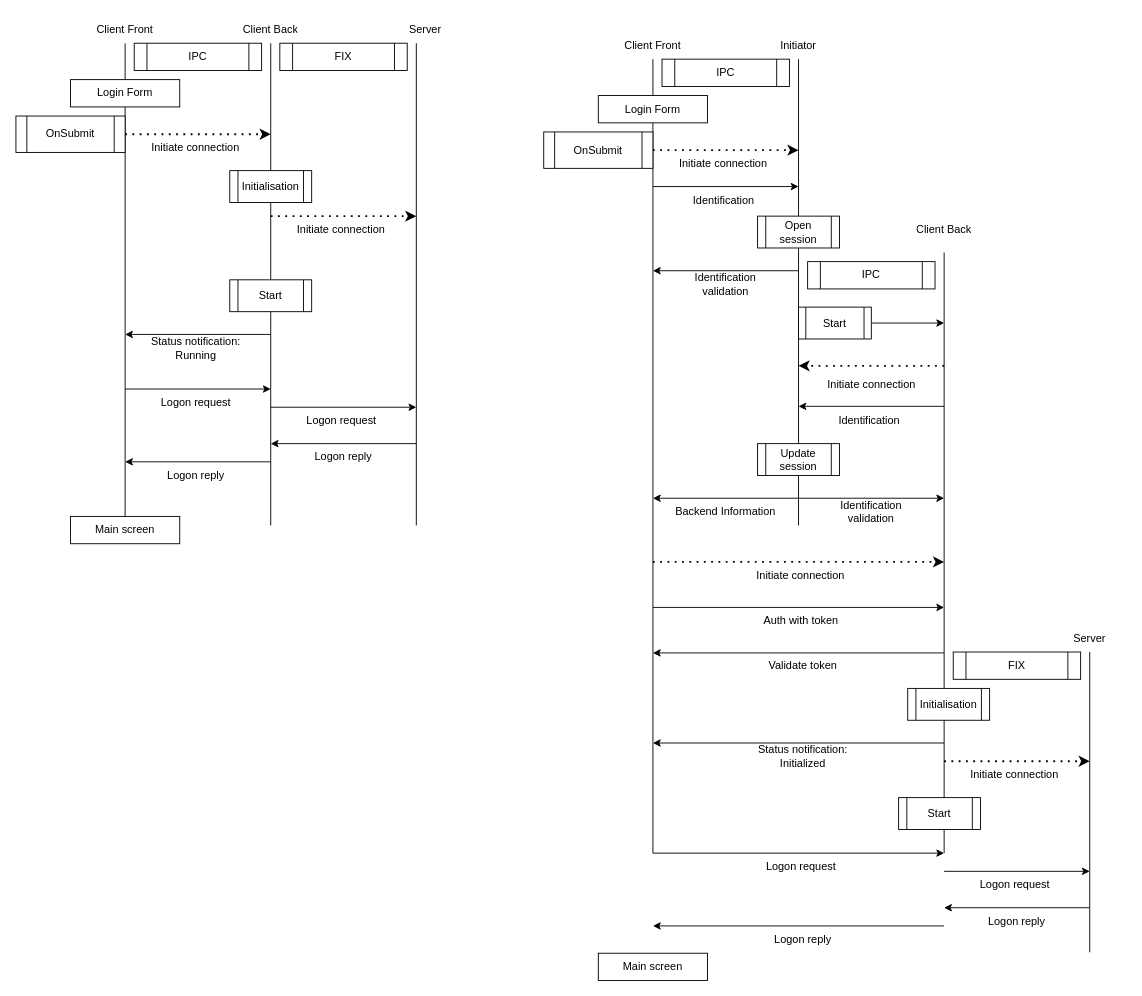
This is page "IPC protocol" (3 of 3) of schema.drawio from DipStax/FIX4.2-protocol, a draw.io file, before an edit. Source tidied: cells renumbered, new cells numbered last; positions are measured from the earlier drawing's top-left corner, leaving out a move shared by most shapes. Both pictures are drawn from the tidied source at 91%, with x=0, y=0 at pixel (15, 15).
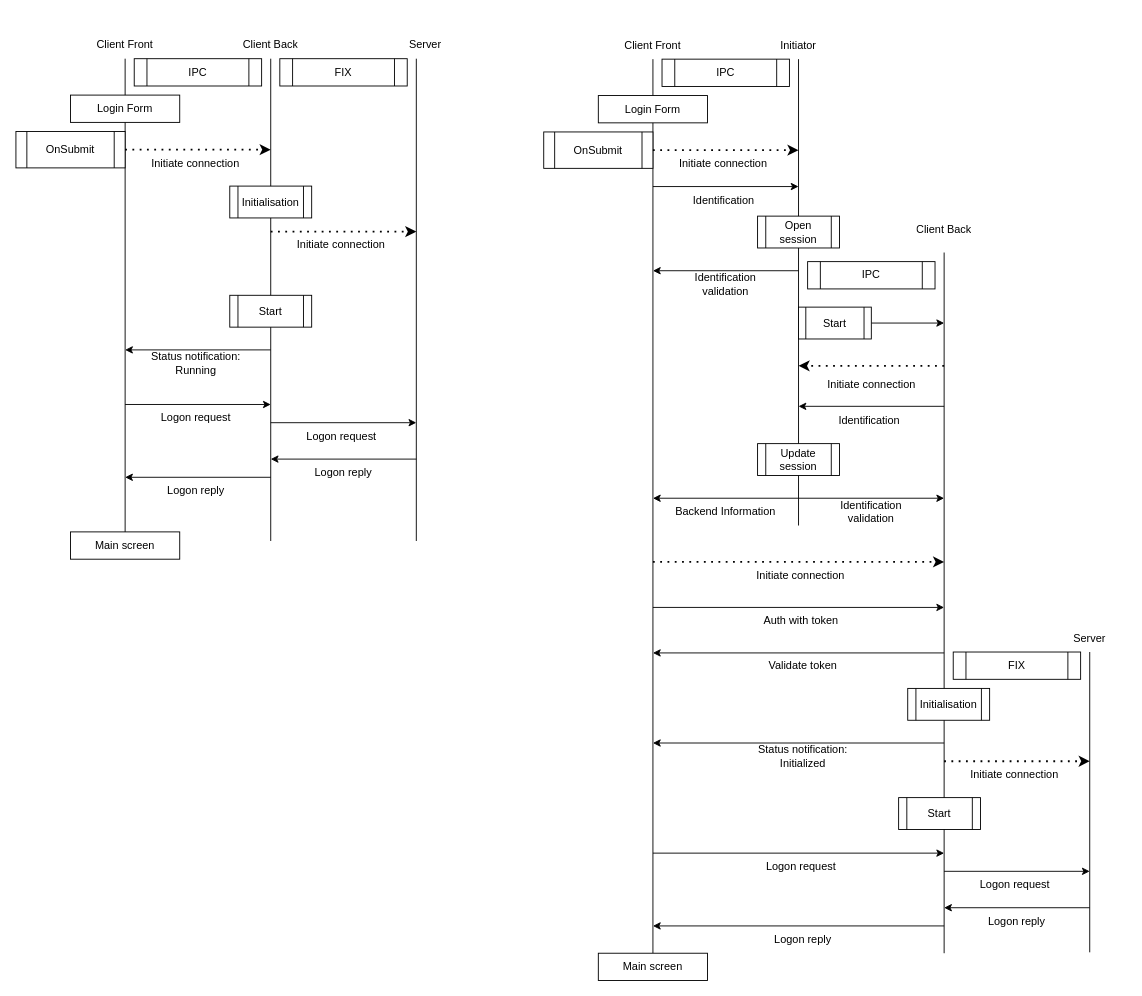
After the change.

Unchanged cells that the change refers to:
```xml
<mxCell id="43" value="Client Back" style="text;strokeColor=none;fillColor=none;align=center;verticalAlign=middle;spacingLeft=4;spacingRight=4;overflow=hidden;points=[[0,0.5],[1,0.5]];portConstraint=eastwest;whiteSpace=wrap;html=1;" parent="1" vertex="1">
  <mxGeometry x="980" y="220" width="80" height="30" as="geometry" />
</mxCell>
<mxCell id="74" value="Main screen" style="rounded=0;whiteSpace=wrap;html=1;" parent="1" vertex="1">
  <mxGeometry x="640" y="1030" width="120" height="30" as="geometry" />
</mxCell>
```

What changed in the source:
```diff
@@
     <mxCell id="2" style="endArrow=none;html=1;" parent="1" edge="1">
       <mxGeometry relative="1" as="geometry">
-        <mxPoint x="120" y="560" as="sourcePoint" />
-        <mxPoint x="120" y="30" as="targetPoint" />
+        <mxPoint x="120" y="577" as="sourcePoint" />
+        <mxPoint x="120" y="47" as="targetPoint" />
       </mxGeometry>
     </mxCell>
     <mxCell id="3" style="endArrow=none;html=1;" parent="1" edge="1">
       <mxGeometry relative="1" as="geometry">
-        <mxPoint x="280" y="560" as="sourcePoint" />
-        <mxPoint x="280" y="30" as="targetPoint" />
+        <mxPoint x="280" y="577" as="sourcePoint" />
+        <mxPoint x="280" y="47" as="targetPoint" />
       </mxGeometry>
     </mxCell>
     <mxCell id="4" style="endArrow=none;html=1;" parent="1" edge="1">
       <mxGeometry relative="1" as="geometry">
-        <mxPoint x="440" y="560" as="sourcePoint" />
-        <mxPoint x="440" y="30" as="targetPoint" />
+        <mxPoint x="440" y="577" as="sourcePoint" />
+        <mxPoint x="440" y="47" as="targetPoint" />
       </mxGeometry>
     </mxCell>
     <mxCell id="5" value="Client Front" style="text;strokeColor=none;fillColor=none;align=center;verticalAlign=middle;spacingLeft=4;spacingRight=4;overflow=hidden;whiteSpace=wrap;html=1;" parent="1" vertex="1">
-      <mxGeometry x="80" width="80" height="30" as="geometry" />
+      <mxGeometry x="80" y="17" width="80" height="30" as="geometry" />
     </mxCell>
     <mxCell id="6" value="Client Back" style="text;strokeColor=none;fillColor=none;align=center;verticalAlign=middle;spacingLeft=4;spacingRight=4;overflow=hidden;whiteSpace=wrap;html=1;" parent="1" vertex="1">
-      <mxGeometry x="240" width="80" height="30" as="geometry" />
+      <mxGeometry x="240" y="17" width="80" height="30" as="geometry" />
     </mxCell>
     <mxCell id="7" value="Server" style="text;strokeColor=none;fillColor=none;align=center;verticalAlign=middle;spacingLeft=4;spacingRight=4;overflow=hidden;whiteSpace=wrap;html=1;" parent="1" vertex="1">
-      <mxGeometry x="410" width="80" height="30" as="geometry" />
+      <mxGeometry x="410" y="17" width="80" height="30" as="geometry" />
     </mxCell>
     <mxCell id="8" value="FIX" style="shape=process;whiteSpace=wrap;html=1;backgroundOutline=1;" parent="1" vertex="1">
-      <mxGeometry x="290" y="30" width="140" height="30" as="geometry" />
+      <mxGeometry x="290" y="47" width="140" height="30" as="geometry" />
     </mxCell>
     <mxCell id="9" value="IPC" style="shape=process;whiteSpace=wrap;html=1;backgroundOutline=1;" parent="1" vertex="1">
-      <mxGeometry x="130" y="30" width="140" height="30" as="geometry" />
+      <mxGeometry x="130" y="47" width="140" height="30" as="geometry" />
     </mxCell>
     <mxCell id="10" value="Login Form" style="rounded=0;whiteSpace=wrap;html=1;" parent="1" vertex="1">
-      <mxGeometry x="60" y="70" width="120" height="30" as="geometry" />
+      <mxGeometry x="60" y="87" width="120" height="30" as="geometry" />
     </mxCell>
     <mxCell id="11" value="OnSubmit" style="shape=process;whiteSpace=wrap;html=1;backgroundOutline=1;" parent="1" vertex="1">
-      <mxGeometry y="110" width="120" height="40" as="geometry" />
+      <mxGeometry y="127" width="120" height="40" as="geometry" />
     </mxCell>
     <mxCell id="12" style="endArrow=classic;dashed=1;html=1;dashPattern=1 3;strokeWidth=2;exitX=1;exitY=0.5;exitDx=0;exitDy=0;endFill=1;" parent="1" edge="1" source="11">
       <mxGeometry relative="1" as="geometry">
-        <mxPoint x="280" y="130" as="targetPoint" />
+        <mxPoint x="280" y="147" as="targetPoint" />
       </mxGeometry>
     </mxCell>
     <mxCell id="13" value="Initiate connection" style="text;html=1;align=center;verticalAlign=middle;whiteSpace=wrap;rounded=0;" parent="1" vertex="1">
-      <mxGeometry x="145" y="130" width="105" height="30" as="geometry" />
+      <mxGeometry x="145" y="147" width="105" height="30" as="geometry" />
     </mxCell>
     <mxCell id="14" style="endArrow=classic;dashed=1;html=1;dashPattern=1 3;strokeWidth=2;exitX=1;exitY=0.5;exitDx=0;exitDy=0;endFill=1;" parent="1" edge="1">
       <mxGeometry relative="1" as="geometry">
-        <mxPoint x="280" y="220" as="sourcePoint" />
-        <mxPoint x="440" y="220" as="targetPoint" />
+        <mxPoint x="280" y="237" as="sourcePoint" />
+        <mxPoint x="440" y="237" as="targetPoint" />
       </mxGeometry>
     </mxCell>
     <mxCell id="15" value="Initiate connection" style="text;html=1;align=center;verticalAlign=middle;whiteSpace=wrap;rounded=0;" parent="1" vertex="1">
-      <mxGeometry x="305" y="220" width="105" height="30" as="geometry" />
+      <mxGeometry x="305" y="237" width="105" height="30" as="geometry" />
     </mxCell>
     <mxCell id="16" value="Start" style="shape=process;whiteSpace=wrap;html=1;backgroundOutline=1;" parent="1" vertex="1">
-      <mxGeometry x="235" y="290" width="90" height="35" as="geometry" />
+      <mxGeometry x="235" y="307" width="90" height="35" as="geometry" />
     </mxCell>
     <mxCell id="17" style="endArrow=classic;html=1;" parent="1" edge="1">
       <mxGeometry relative="1" as="geometry">
-        <mxPoint x="280" y="350" as="sourcePoint" />
-        <mxPoint x="120" y="350" as="targetPoint" />
+        <mxPoint x="280" y="367" as="sourcePoint" />
+        <mxPoint x="120" y="367" as="targetPoint" />
       </mxGeometry>
     </mxCell>
     <mxCell id="18" value="Status notification:&lt;div&gt;Running&lt;/div&gt;" style="text;html=1;align=center;verticalAlign=middle;whiteSpace=wrap;rounded=0;" parent="1" vertex="1">
-      <mxGeometry x="137.5" y="350" width="120" height="30" as="geometry" />
+      <mxGeometry x="137.5" y="367" width="120" height="30" as="geometry" />
     </mxCell>
     <mxCell id="19" style="endArrow=classic;html=1;" parent="1" edge="1">
       <mxGeometry relative="1" as="geometry">
-        <mxPoint x="120" y="410" as="sourcePoint" />
-        <mxPoint x="280" y="410" as="targetPoint" />
+        <mxPoint x="120" y="427" as="sourcePoint" />
+        <mxPoint x="280" y="427" as="targetPoint" />
       </mxGeometry>
     </mxCell>
     <mxCell id="20" value="Logon request" style="text;html=1;align=center;verticalAlign=middle;whiteSpace=wrap;rounded=0;" parent="1" vertex="1">
-      <mxGeometry x="137.5" y="410" width="120" height="30" as="geometry" />
+      <mxGeometry x="137.5" y="427" width="120" height="30" as="geometry" />
     </mxCell>
     <mxCell id="21" style="endArrow=classic;html=1;" parent="1" edge="1">
       <mxGeometry relative="1" as="geometry">
-        <mxPoint x="280" y="430" as="sourcePoint" />
-        <mxPoint x="440" y="430" as="targetPoint" />
+        <mxPoint x="280" y="447" as="sourcePoint" />
+        <mxPoint x="440" y="447" as="targetPoint" />
       </mxGeometry>
     </mxCell>
     <mxCell id="22" value="Logon request" style="text;html=1;align=center;verticalAlign=middle;whiteSpace=wrap;rounded=0;" parent="1" vertex="1">
-      <mxGeometry x="297.5" y="430" width="120" height="30" as="geometry" />
+      <mxGeometry x="297.5" y="447" width="120" height="30" as="geometry" />
     </mxCell>
     <mxCell id="23" style="endArrow=classic;html=1;" parent="1" edge="1">
       <mxGeometry relative="1" as="geometry">
-        <mxPoint x="440" y="470" as="sourcePoint" />
-        <mxPoint x="280" y="470" as="targetPoint" />
+        <mxPoint x="440" y="487" as="sourcePoint" />
+        <mxPoint x="280" y="487" as="targetPoint" />
       </mxGeometry>
     </mxCell>
     <mxCell id="24" value="Logon reply" style="text;html=1;align=center;verticalAlign=middle;whiteSpace=wrap;rounded=0;" parent="1" vertex="1">
-      <mxGeometry x="300" y="470" width="120" height="30" as="geometry" />
+      <mxGeometry x="300" y="487" width="120" height="30" as="geometry" />
     </mxCell>
     <mxCell id="25" style="endArrow=classic;html=1;" parent="1" edge="1">
       <mxGeometry relative="1" as="geometry">
-        <mxPoint x="280" y="490" as="sourcePoint" />
-        <mxPoint x="120" y="490" as="targetPoint" />
+        <mxPoint x="280" y="507" as="sourcePoint" />
+        <mxPoint x="120" y="507" as="targetPoint" />
       </mxGeometry>
     </mxCell>
     <mxCell id="26" value="Logon reply" style="text;html=1;align=center;verticalAlign=middle;whiteSpace=wrap;rounded=0;" parent="1" vertex="1">
-      <mxGeometry x="137.5" y="490" width="120" height="30" as="geometry" />
+      <mxGeometry x="137.5" y="507" width="120" height="30" as="geometry" />
     </mxCell>
     <mxCell id="27" value="Main screen" style="rounded=0;whiteSpace=wrap;html=1;" parent="1" vertex="1">
-      <mxGeometry x="60" y="550" width="120" height="30" as="geometry" />
+      <mxGeometry x="60" y="567" width="120" height="30" as="geometry" />
     </mxCell>
     <mxCell id="28" value="Initialisation" style="shape=process;whiteSpace=wrap;html=1;backgroundOutline=1;" parent="1" vertex="1">
-      <mxGeometry x="235" y="170" width="90" height="35" as="geometry" />
+      <mxGeometry x="235" y="187" width="90" height="35" as="geometry" />
     </mxCell>
-    <mxCell id="29" style="endArrow=none;html=1;" parent="1" edge="1">
+    <mxCell id="29" style="endArrow=none;html=1;exitX=0.5;exitY=0;exitDx=0;exitDy=0;" parent="1" edge="1" source="74">
       <mxGeometry relative="1" as="geometry">
-        <mxPoint x="700" y="920" as="sourcePoint" />
         <mxPoint x="700" y="47.5" as="targetPoint" />
       </mxGeometry>
     </mxCell>
@@
     <mxCell id="31" style="endArrow=none;html=1;entryX=0.5;entryY=1.333;entryDx=0;entryDy=0;entryPerimeter=0;" parent="1" edge="1" target="43">
       <mxGeometry relative="1" as="geometry">
-        <mxPoint x="1020" y="920" as="sourcePoint" />
+        <mxPoint x="1020" y="1030" as="sourcePoint" />
       </mxGeometry>
     </mxCell>
```
